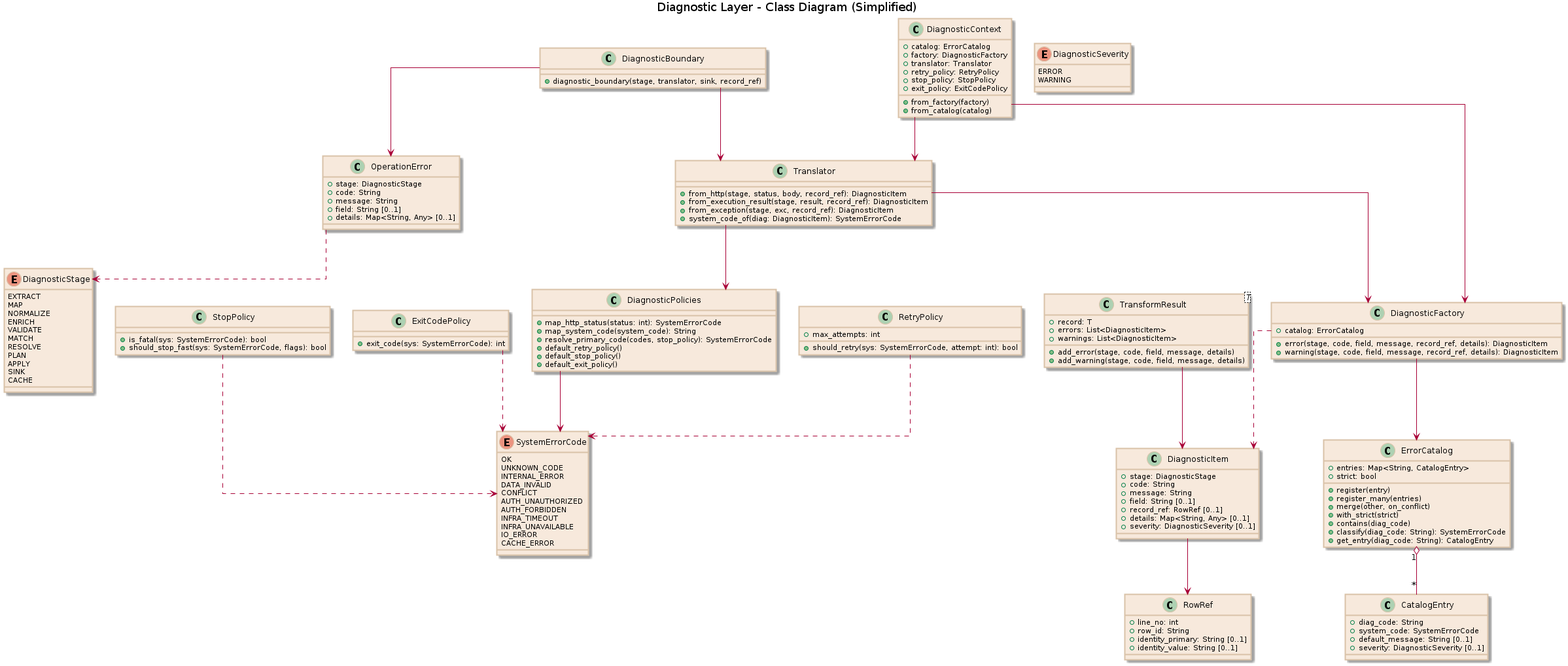
This is docs/uml/pipeline/diagnostic_layer/diagnostic_layer_class.png from xORex-LC/nexus-etl, a PlantUML export, as it was before one commit. Its source is kept beside it as docs/uml/pipeline/diagnostic_layer/diagnostic_layer_class.puml.
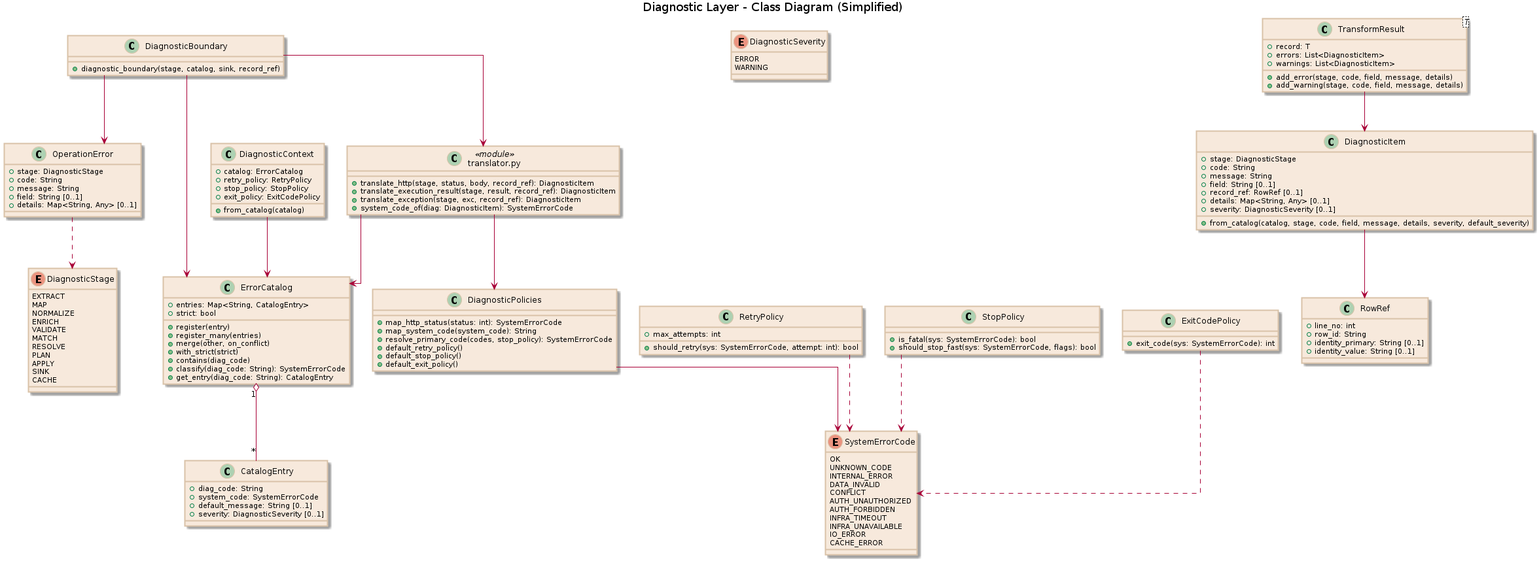
The same file after the commit.

Diff of the diagram source:
```diff
@@ -58,6 +58,7 @@
   +record_ref: RowRef [0..1]
   +details: Map<String, Any> [0..1]
   +severity: DiagnosticSeverity [0..1]
+  +from_catalog(catalog, stage, code, field, message, details, severity, default_severity)
 }
 
 class TransformResult<T> {
@@ -87,25 +88,16 @@
   +get_entry(diag_code: String): CatalogEntry
 }
 
-class DiagnosticFactory {
-  +catalog: ErrorCatalog
-  +error(stage, code, field, message, record_ref, details): DiagnosticItem
-  +warning(stage, code, field, message, record_ref, details): DiagnosticItem
-}
-
 class DiagnosticContext {
   +catalog: ErrorCatalog
-  +factory: DiagnosticFactory
-  +translator: Translator
   +retry_policy: RetryPolicy
   +stop_policy: StopPolicy
   +exit_policy: ExitCodePolicy
-  +from_factory(factory)
   +from_catalog(catalog)
 }
 
 class DiagnosticBoundary {
-  +diagnostic_boundary(stage, translator, sink, record_ref)
+  +diagnostic_boundary(stage, catalog, sink, record_ref)
 }
 
 class OperationError {
@@ -116,10 +108,10 @@
   +details: Map<String, Any> [0..1]
 }
 
-class Translator {
-  +from_http(stage, status, body, record_ref): DiagnosticItem
-  +from_execution_result(stage, result, record_ref): DiagnosticItem
-  +from_exception(stage, exc, record_ref): DiagnosticItem
+class "translator.py" as TranslatorFns <<module>> {
+  +translate_http(stage, status, body, record_ref): DiagnosticItem
+  +translate_execution_result(stage, result, record_ref): DiagnosticItem
+  +translate_exception(stage, exc, record_ref): DiagnosticItem
   +system_code_of(diag: DiagnosticItem): SystemErrorCode
 }
 
@@ -147,14 +139,12 @@
 }
 
 ErrorCatalog "1" o-- "*" CatalogEntry
-DiagnosticFactory --> ErrorCatalog
-DiagnosticFactory ..> DiagnosticItem
-Translator --> DiagnosticFactory
-Translator --> DiagnosticPolicies
+TranslatorFns --> ErrorCatalog
+TranslatorFns --> DiagnosticPolicies
 DiagnosticPolicies --> SystemErrorCode
-DiagnosticContext --> DiagnosticFactory
-DiagnosticContext --> Translator
-DiagnosticBoundary --> Translator
+DiagnosticContext --> ErrorCatalog
+DiagnosticBoundary --> TranslatorFns
+DiagnosticBoundary --> ErrorCatalog
 DiagnosticBoundary --> OperationError
 TransformResult --> DiagnosticItem
 DiagnosticItem --> RowRef
```
